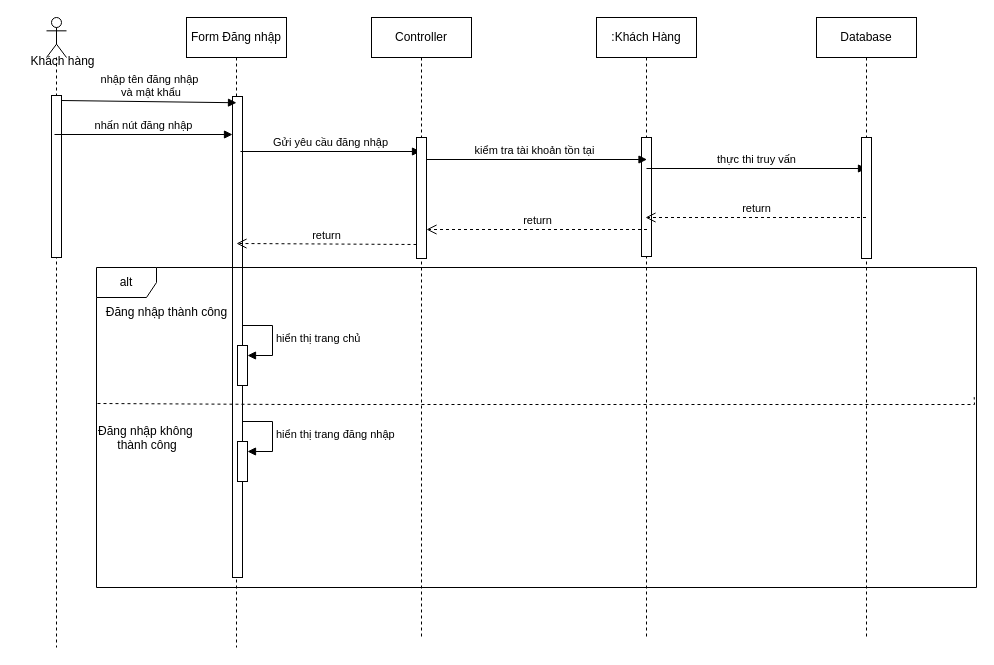
dmn-05/PTTK-HTTT keeps this draw.io diagram as User/Sequence/dangnhap.drawio. Above is the earlier version. Source tidied: cells renumbered, new cells numbered last; positions are measured from the earlier drawing's top-left corner, leaving out a move shared by most shapes. Both pictures are drawn from the tidied source at 100%, with x=0, y=0 at pixel (17, 17).
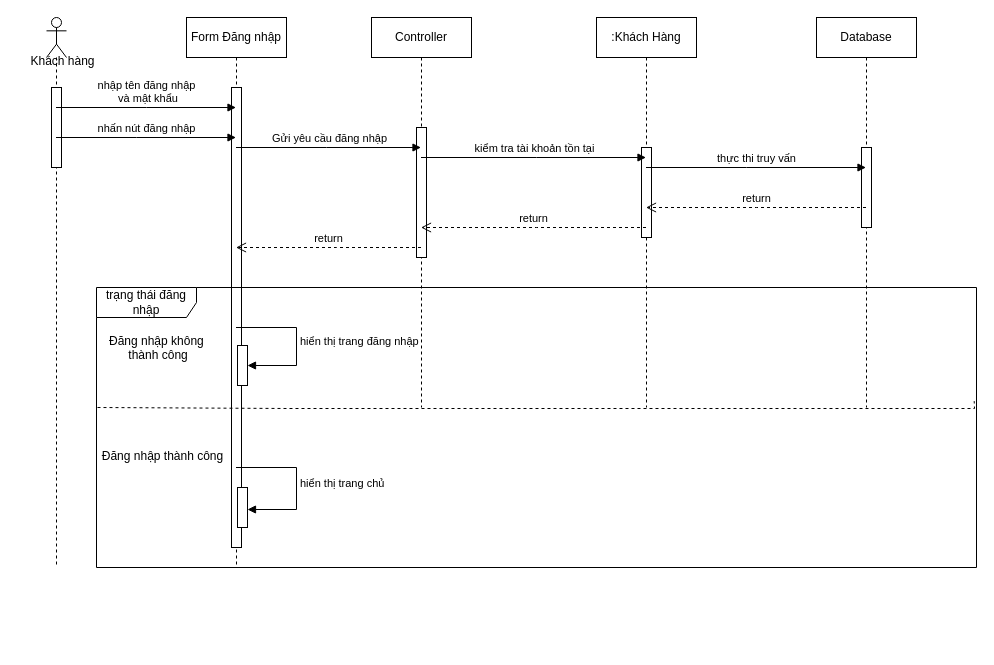
The same page after the edit.

Unchanged cells that the change refers to:
```xml
<mxCell id="25" style="html=1;points=[[0,0,0,0,5],[0,1,0,0,-5],[1,0,0,0,5],[1,1,0,0,-5]];perimeter=orthogonalPerimeter;outlineConnect=0;targetShapes=umlLifeline;portConstraint=eastwest;newEdgeStyle={&quot;curved&quot;:0,&quot;rounded&quot;:0};" parent="1" vertex="1">
  <mxGeometry x="220" y="328" width="10" height="40" as="geometry" />
</mxCell>
```

What changed in the source:
```diff
@@
     <mxCell id="2" style="shape=umlLifeline;perimeter=lifelinePerimeter;whiteSpace=wrap;html=1;outlineConnect=0;portConstraint=eastwest;newEdgeStyle={&quot;curved&quot;:0,&quot;rounded&quot;:0};participant=umlActor;" parent="1" vertex="1">
-      <mxGeometry x="29" width="20" height="630" as="geometry" />
+      <mxGeometry x="29" width="20" height="550" as="geometry" />
     </mxCell>
-    <mxCell id="3" style="html=1;points=[[0,0,0,0,5],[0,1,0,0,-5],[1,0,0,0,5],[1,1,0,0,-5]];perimeter=orthogonalPerimeter;outlineConnect=0;targetShapes=umlLifeline;portConstraint=eastwest;newEdgeStyle={&quot;curved&quot;:0,&quot;rounded&quot;:0};" parent="2" vertex="1">
-      <mxGeometry x="5" y="78" width="10" height="162" as="geometry" />
-    </mxCell>
+    <mxCell id="29" style="html=1;perimeter=orthogonalPerimeter;targetShapes=umlLifeline;newEdgeStyle={&quot;curved&quot;:0,&quot;rounded&quot;:0};" parent="2" vertex="1">
+      <mxGeometry x="5" y="70" width="10" height="80" as="geometry" />
+    </mxCell>
     <mxCell id="4" value="Form Đăng nhập" style="shape=umlLifeline;perimeter=lifelinePerimeter;whiteSpace=wrap;html=1;outlineConnect=0;portConstraint=eastwest;newEdgeStyle={&quot;curved&quot;:0,&quot;rounded&quot;:0};" parent="1" vertex="1">
-      <mxGeometry x="169" width="100" height="630" as="geometry" />
+      <mxGeometry x="169" width="100" height="550" as="geometry" />
     </mxCell>
-    <mxCell id="5" style="html=1;points=[[0,0,0,0,5],[0,1,0,0,-5],[1,0,0,0,5],[1,1,0,0,-5]];perimeter=orthogonalPerimeter;outlineConnect=0;targetShapes=umlLifeline;portConstraint=eastwest;newEdgeStyle={&quot;curved&quot;:0,&quot;rounded&quot;:0};" parent="4" vertex="1">
-      <mxGeometry x="46" y="79" width="10" height="481" as="geometry" />
-    </mxCell>
+    <mxCell id="30" style="html=1;perimeter=orthogonalPerimeter;targetShapes=umlLifeline;newEdgeStyle={&quot;curved&quot;:0,&quot;rounded&quot;:0};" parent="4" vertex="1">
+      <mxGeometry x="45" y="70" width="10" height="460" as="geometry" />
+    </mxCell>
     <mxCell id="6" value="Controller" style="shape=umlLifeline;perimeter=lifelinePerimeter;whiteSpace=wrap;html=1;outlineConnect=0;portConstraint=eastwest;newEdgeStyle={&quot;curved&quot;:0,&quot;rounded&quot;:0};" parent="1" vertex="1">
-      <mxGeometry x="354" width="100" height="620" as="geometry" />
+      <mxGeometry x="354" width="100" height="390" as="geometry" />
     </mxCell>
+    <mxCell id="31" style="html=1;perimeter=orthogonalPerimeter;targetShapes=umlLifeline;newEdgeStyle={&quot;curved&quot;:0,&quot;rounded&quot;:0};" parent="6" vertex="1">
+      <mxGeometry x="45" y="110" width="10" height="130" as="geometry" />
+    </mxCell>
     <mxCell id="7" value=":Khách Hàng" style="shape=umlLifeline;perimeter=lifelinePerimeter;whiteSpace=wrap;html=1;outlineConnect=0;portConstraint=eastwest;newEdgeStyle={&quot;curved&quot;:0,&quot;rounded&quot;:0};" parent="1" vertex="1">
-      <mxGeometry x="579" width="100" height="620" as="geometry" />
+      <mxGeometry x="579" width="100" height="390" as="geometry" />
     </mxCell>
-    <mxCell id="8" style="html=1;perimeter=orthogonalPerimeter;targetShapes=umlLifeline;newEdgeStyle={&quot;curved&quot;:0,&quot;rounded&quot;:0};" parent="7" vertex="1">
-      <mxGeometry x="45" y="120" width="10" height="119" as="geometry" />
-    </mxCell>
+    <mxCell id="32" style="html=1;perimeter=orthogonalPerimeter;targetShapes=umlLifeline;newEdgeStyle={&quot;curved&quot;:0,&quot;rounded&quot;:0};" parent="7" vertex="1">
+      <mxGeometry x="45" y="130" width="10" height="90" as="geometry" />
+    </mxCell>
     <mxCell id="9" value="Database" style="shape=umlLifeline;perimeter=lifelinePerimeter;whiteSpace=wrap;html=1;outlineConnect=0;portConstraint=eastwest;newEdgeStyle={&quot;curved&quot;:0,&quot;rounded&quot;:0};" parent="1" vertex="1">
-      <mxGeometry x="799" width="100" height="620" as="geometry" />
+      <mxGeometry x="799" width="100" height="390" as="geometry" />
     </mxCell>
+    <mxCell id="33" style="html=1;perimeter=orthogonalPerimeter;targetShapes=umlLifeline;newEdgeStyle={&quot;curved&quot;:0,&quot;rounded&quot;:0};" parent="9" vertex="1">
+      <mxGeometry x="45" y="130" width="10" height="80" as="geometry" />
+    </mxCell>
-    <mxCell id="10" value="nhập tên đăng nhập&lt;div&gt;&amp;nbsp;và mật khẩu&lt;/div&gt;" style="html=1;verticalAlign=bottom;endArrow=block;curved=0;rounded=0;entryX=0.4;entryY=0.013;entryDx=0;entryDy=0;entryPerimeter=0;exitX=1;exitY=0;exitDx=0;exitDy=5;exitPerimeter=0;" parent="1" edge="1" source="3" target="5">
-      <mxGeometry relative="1" as="geometry" />
+    <mxCell id="10" value="nhập tên đăng nhập&lt;div&gt;&amp;nbsp;và mật khẩu&lt;/div&gt;" style="html=1;verticalAlign=bottom;endArrow=block;curved=0;rounded=0;" parent="1" edge="1" source="2" target="4">
+      <mxGeometry relative="1" as="geometry">
+        <Array as="points">
+          <mxPoint x="129" y="90" />
+        </Array>
+      </mxGeometry>
     </mxCell>
-    <mxCell id="11" value="nhấn nút đăng nhập" style="html=1;verticalAlign=bottom;endArrow=block;curved=0;rounded=0;" parent="1" edge="1" target="5">
+    <mxCell id="11" value="nhấn nút đăng nhập" style="html=1;verticalAlign=bottom;endArrow=block;curved=0;rounded=0;" parent="1" edge="1" source="2" target="4">
       <mxGeometry relative="1" as="geometry">
-        <mxPoint x="37" y="117" as="sourcePoint" />
+        <Array as="points">
+          <mxPoint x="119" y="120" />
+        </Array>
       </mxGeometry>
     </mxCell>
-    <mxCell id="12" value="alt" style="shape=umlFrame;whiteSpace=wrap;html=1;" parent="1" vertex="1">
-      <mxGeometry x="79" y="250" width="880" height="320" as="geometry" />
+    <mxCell id="12" value="trạng thái đăng nhập" style="shape=umlFrame;whiteSpace=wrap;html=1;width=100;height=30;" parent="1" vertex="1">
+      <mxGeometry x="79" y="270" width="880" height="280" as="geometry" />
     </mxCell>
     <mxCell id="13" value="Đăng nhập thành công" style="text;html=1;align=center;verticalAlign=middle;strokeColor=none;fillColor=none;" parent="1" vertex="1">
-      <mxGeometry x="79" y="280" width="140" height="30" as="geometry" />
+      <mxGeometry x="75" y="424" width="140" height="30" as="geometry" />
     </mxCell>
     <mxCell id="14" style="endArrow=none;dashed=1;html=1;rounded=0;entryX=0.998;entryY=0.542;entryDx=0;entryDy=0;entryPerimeter=0;" parent="1" edge="1">
       <mxGeometry relative="1" as="geometry">
-        <mxPoint x="80" y="386" as="sourcePoint" />
-        <mxPoint x="956.7" y="379.6" as="targetPoint" />
+        <mxPoint x="80" y="390" as="sourcePoint" />
+        <mxPoint x="956.7" y="383.6" as="targetPoint" />
         <Array as="points">
-          <mxPoint x="269" y="387" />
-          <mxPoint x="957" y="387" />
+          <mxPoint x="269" y="391" />
+          <mxPoint x="957" y="391" />
         </Array>
       </mxGeometry>
     </mxCell>
     <mxCell id="15" value="&lt;div style=&quot;text-align: center;&quot;&gt;&lt;span style=&quot;background-color: transparent; color: light-dark(rgb(0, 0, 0), rgb(255, 255, 255)); text-wrap-mode: nowrap;&quot;&gt;Đăng nhập không&lt;/span&gt;&lt;/div&gt;&lt;div style=&quot;text-align: center;&quot;&gt;&lt;span style=&quot;background-color: transparent; color: light-dark(rgb(0, 0, 0), rgb(255, 255, 255)); text-wrap-mode: nowrap;&quot;&gt;&amp;nbsp;thành công&lt;/span&gt;&lt;/div&gt;" style="text;whiteSpace=wrap;html=1;" parent="1" vertex="1">
-      <mxGeometry x="79" y="400" width="170" height="40" as="geometry" />
+      <mxGeometry x="90" y="310" width="110" height="40" as="geometry" />
     </mxCell>
-    <mxCell id="16" value="Gửi yêu cầu đăng nhập" style="html=1;verticalAlign=bottom;endArrow=block;curved=0;rounded=0;" parent="1" edge="1">
+    <mxCell id="16" value="Gửi yêu cầu đăng nhập" style="html=1;verticalAlign=bottom;endArrow=block;curved=0;rounded=0;" parent="1" edge="1" source="4" target="6">
       <mxGeometry relative="1" as="geometry">
-        <mxPoint x="223" y="134" as="sourcePoint" />
-        <mxPoint x="403" y="134" as="targetPoint" />
+        <Array as="points">
+          <mxPoint x="309" y="130" />
+        </Array>
       </mxGeometry>
     </mxCell>
-    <mxCell id="17" value="kiểm tra tài khoản tồn tại" style="html=1;verticalAlign=bottom;endArrow=block;curved=0;rounded=0;" parent="1" edge="1">
+    <mxCell id="17" value="kiểm tra tài khoản tồn tại" style="html=1;verticalAlign=bottom;endArrow=block;curved=0;rounded=0;" parent="1" edge="1" source="6" target="7">
       <mxGeometry relative="1" as="geometry">
-        <mxPoint x="405" y="142" as="sourcePoint" />
-        <mxPoint x="629.5" y="142" as="targetPoint" />
+        <Array as="points">
+          <mxPoint x="519" y="140" />
+        </Array>
       </mxGeometry>
     </mxCell>
-    <mxCell id="18" value="thực thi truy vấn" style="html=1;verticalAlign=bottom;endArrow=block;curved=0;rounded=0;" parent="1" edge="1">
+    <mxCell id="18" value="thực thi truy vấn" style="html=1;verticalAlign=bottom;endArrow=block;curved=0;rounded=0;" parent="1" edge="1" source="7" target="9">
       <mxGeometry relative="1" as="geometry">
-        <mxPoint x="629" y="151" as="sourcePoint" />
-        <mxPoint x="849" y="151" as="targetPoint" />
+        <Array as="points">
+          <mxPoint x="729" y="150" />
+        </Array>
       </mxGeometry>
     </mxCell>
-    <mxCell id="19" style="html=1;perimeter=orthogonalPerimeter;targetShapes=umlLifeline;newEdgeStyle={&quot;curved&quot;:0,&quot;rounded&quot;:0};" parent="1" vertex="1">
-      <mxGeometry x="399" y="120" width="10" height="121" as="geometry" />
-    </mxCell>
-    <mxCell id="20" style="html=1;perimeter=orthogonalPerimeter;targetShapes=umlLifeline;newEdgeStyle={&quot;curved&quot;:0,&quot;rounded&quot;:0};" parent="1" vertex="1">
-      <mxGeometry x="844" y="120" width="10" height="121" as="geometry" />
-    </mxCell>
-    <mxCell id="21" value="return" style="html=1;verticalAlign=bottom;endArrow=open;dashed=1;endSize=8;curved=0;rounded=0;" parent="1" edge="1">
+    <mxCell id="21" value="return" style="html=1;verticalAlign=bottom;endArrow=open;dashed=1;endSize=8;curved=0;rounded=0;" parent="1" edge="1" source="9" target="7">
       <mxGeometry relative="1" as="geometry">
-        <mxPoint x="848.5" y="200" as="sourcePoint" />
-        <mxPoint x="628" y="200" as="targetPoint" />
+        <Array as="points">
+          <mxPoint x="739" y="190" />
+        </Array>
       </mxGeometry>
     </mxCell>
-    <mxCell id="22" value="return" style="html=1;verticalAlign=bottom;endArrow=open;dashed=1;endSize=8;curved=0;rounded=0;" parent="1" edge="1">
+    <mxCell id="22" value="return" style="html=1;verticalAlign=bottom;endArrow=open;dashed=1;endSize=8;curved=0;rounded=0;" parent="1" edge="1" source="7" target="6">
       <mxGeometry relative="1" as="geometry">
-        <mxPoint x="629.5" y="212" as="sourcePoint" />
-        <mxPoint x="409" y="212" as="targetPoint" />
+        <Array as="points">
+          <mxPoint x="519" y="210" />
+        </Array>
       </mxGeometry>
     </mxCell>
-    <mxCell id="23" value="return" style="html=1;verticalAlign=bottom;endArrow=open;dashed=1;endSize=8;curved=0;rounded=0;exitX=0;exitY=1;exitDx=0;exitDy=-5;exitPerimeter=0;" parent="1" edge="1">
+    <mxCell id="23" value="return" style="html=1;verticalAlign=bottom;endArrow=open;dashed=1;endSize=8;curved=0;rounded=0;" parent="1" edge="1" source="6" target="4">
       <mxGeometry relative="1" as="geometry">
-        <mxPoint x="399" y="227" as="sourcePoint" />
-        <mxPoint x="219" y="226" as="targetPoint" />
+        <Array as="points">
+          <mxPoint x="319" y="230" />
+        </Array>
       </mxGeometry>
     </mxCell>
@@
-    <mxCell id="26" value="hiển thị trang chủ" style="html=1;align=left;spacingLeft=2;endArrow=block;rounded=0;edgeStyle=orthogonalEdgeStyle;curved=0;rounded=0;" parent="1" edge="1" target="25">
+    <mxCell id="26" value="hiển thị trang chủ" style="html=1;align=left;spacingLeft=2;endArrow=block;rounded=0;edgeStyle=orthogonalEdgeStyle;curved=0;rounded=0;" parent="1" edge="1" source="4" target="27">
       <mxGeometry relative="1" as="geometry">
-        <mxPoint x="225" y="308" as="sourcePoint" />
         <Array as="points">
-          <mxPoint x="255" y="338" />
+          <mxPoint x="279" y="450" />
+          <mxPoint x="279" y="492" />
         </Array>
       </mxGeometry>
     </mxCell>
     <mxCell id="27" style="html=1;points=[[0,0,0,0,5],[0,1,0,0,-5],[1,0,0,0,5],[1,1,0,0,-5]];perimeter=orthogonalPerimeter;outlineConnect=0;targetShapes=umlLifeline;portConstraint=eastwest;newEdgeStyle={&quot;curved&quot;:0,&quot;rounded&quot;:0};" parent="1" vertex="1">
-      <mxGeometry x="220" y="424" width="10" height="40" as="geometry" />
+      <mxGeometry x="220" y="470" width="10" height="40" as="geometry" />
     </mxCell>
-    <mxCell id="28" value="hiển thị trang đăng nhập" style="html=1;align=left;spacingLeft=2;endArrow=block;rounded=0;edgeStyle=orthogonalEdgeStyle;curved=0;rounded=0;" parent="1" edge="1" target="27">
+    <mxCell id="28" value="hiển thị trang đăng nhập" style="html=1;align=left;spacingLeft=2;endArrow=block;rounded=0;edgeStyle=orthogonalEdgeStyle;curved=0;rounded=0;" parent="1" edge="1" source="4" target="25">
       <mxGeometry relative="1" as="geometry">
-        <mxPoint x="225" y="404" as="sourcePoint" />
         <Array as="points">
-          <mxPoint x="255" y="434" />
+          <mxPoint x="279" y="310" />
+          <mxPoint x="279" y="348" />
         </Array>
       </mxGeometry>
     </mxCell>
```
